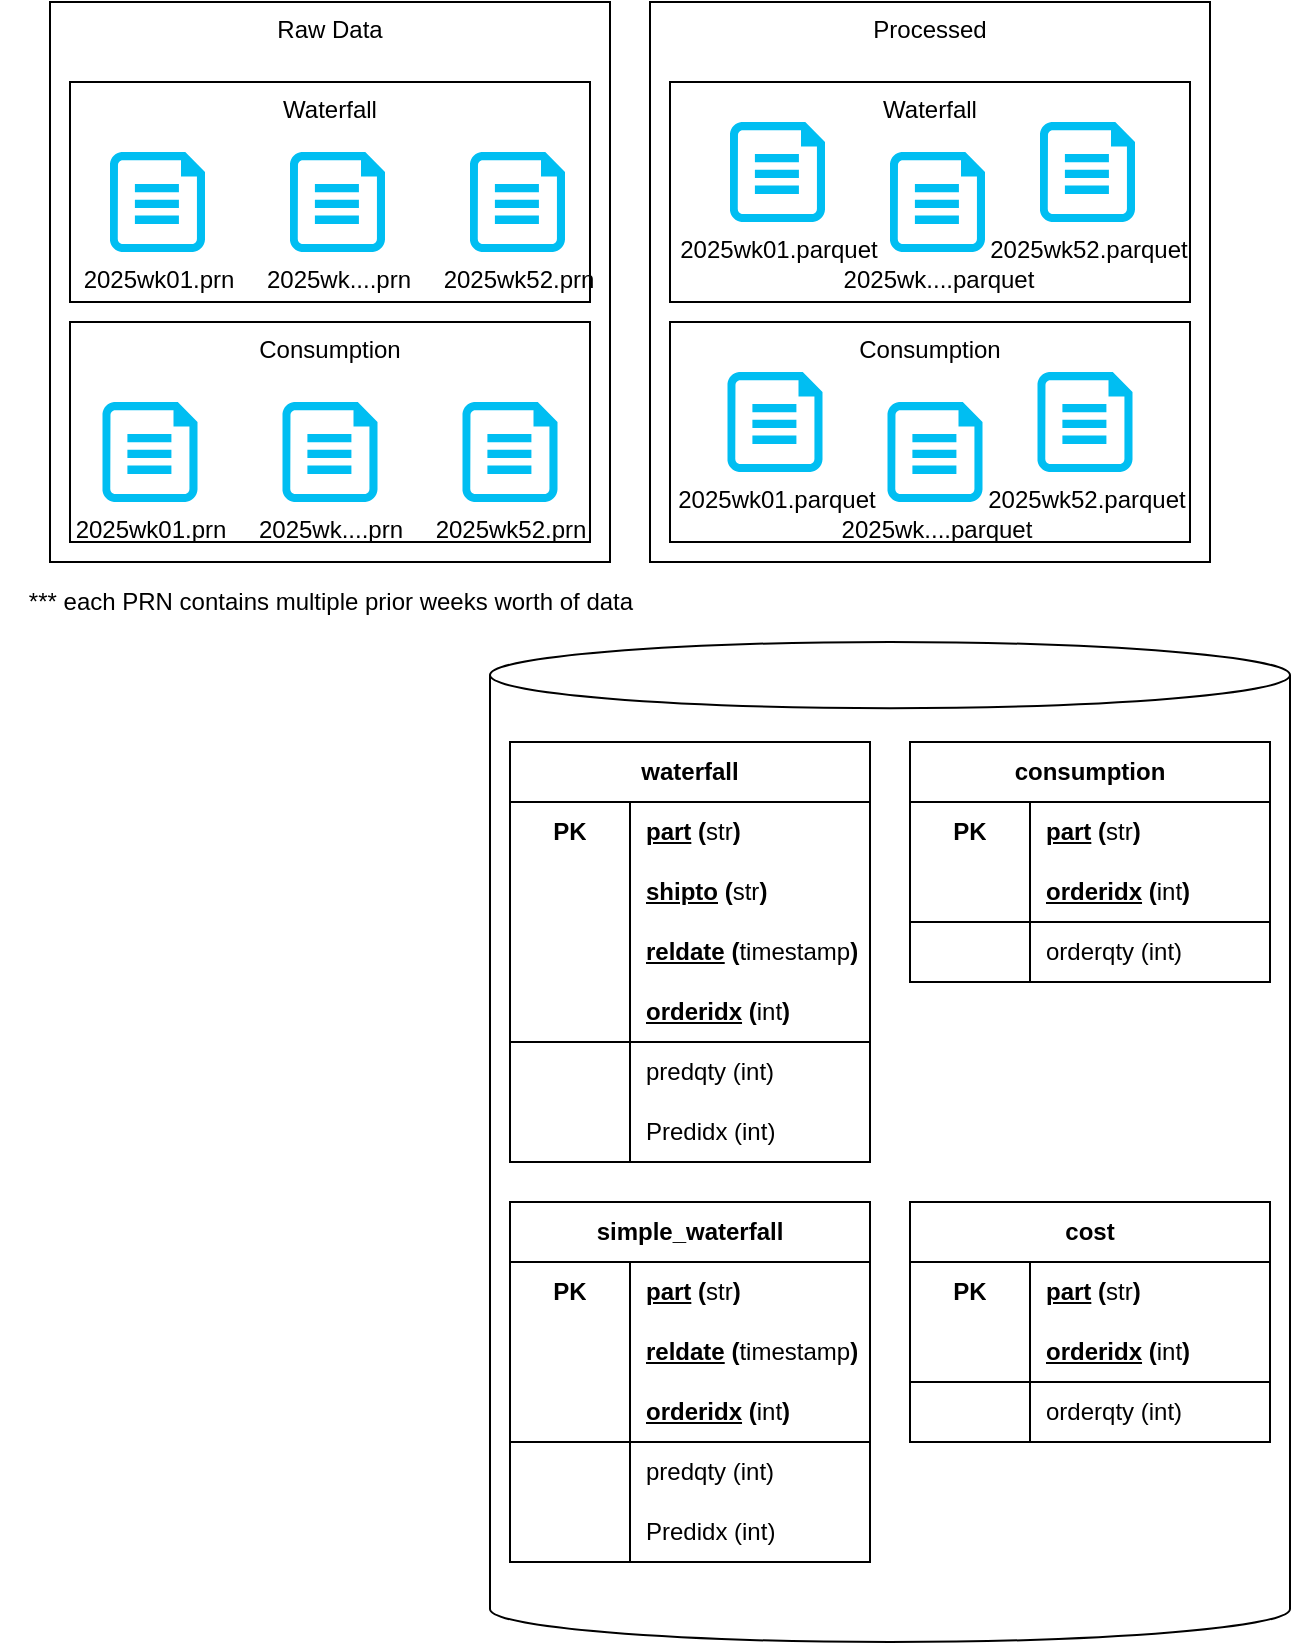
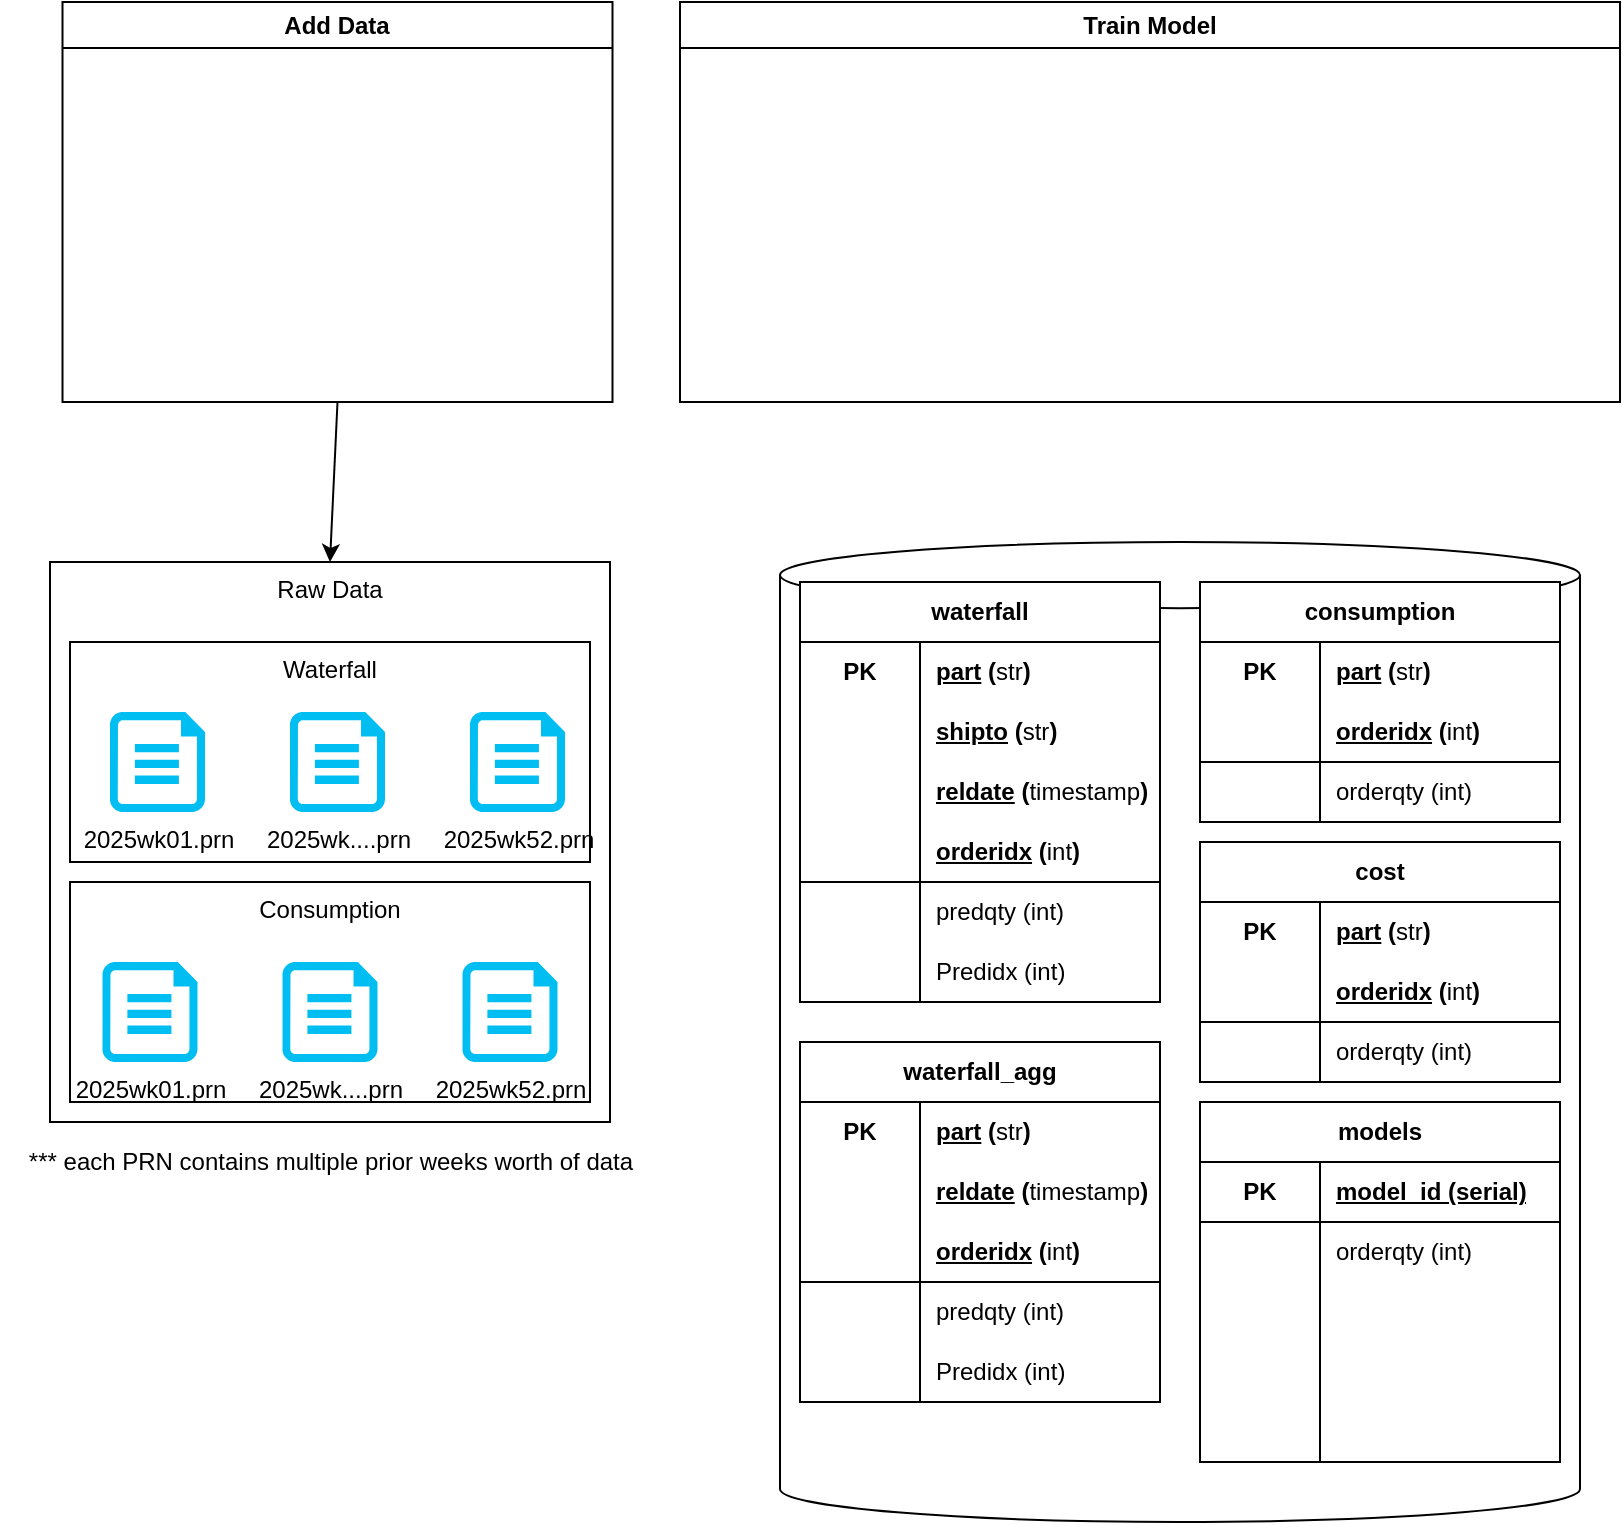
<mxfile host="Electron" agent="Mozilla/5.0 (Macintosh; Intel Mac OS X 10_15_7) AppleWebKit/537.36 (KHTML, like Gecko) draw.io/28.0.6 Chrome/138.0.7204.100 Electron/37.2.3 Safari/537.36" version="28.0.6">
  <diagram name="Page-1" id="qxEt55hTZE4BAIqVv4oP">
-     <mxGraphModel dx="1143" dy="1249" grid="1" gridSize="10" guides="1" tooltips="1" connect="1" arrows="1" fold="1" page="1" pageScale="1" pageWidth="200" pageHeight="200" math="0" shadow="0">
+     <mxGraphModel dx="1320" dy="1468" grid="1" gridSize="10" guides="1" tooltips="1" connect="1" arrows="1" fold="1" page="1" pageScale="1" pageWidth="200" pageHeight="200" math="0" shadow="0">
      <root>
        <mxCell id="0" />
        <mxCell id="1" parent="0" />
        <mxCell id="k3YS6hMsefWTStUCEgZP-32" value="Raw Data" style="rounded=0;whiteSpace=wrap;html=1;verticalAlign=top;" vertex="1" parent="1">
-           <mxGeometry x="-120" y="-200" width="280" height="280" as="geometry" />
+           <mxGeometry x="195" y="390" width="280" height="280" as="geometry" />
        </mxCell>
        <mxCell id="k3YS6hMsefWTStUCEgZP-29" value="Waterfall" style="rounded=0;whiteSpace=wrap;html=1;verticalAlign=top;" vertex="1" parent="1">
-           <mxGeometry x="-110" y="-160" width="260" height="110" as="geometry" />
+           <mxGeometry x="205" y="430" width="260" height="110" as="geometry" />
        </mxCell>
        <mxCell id="k3YS6hMsefWTStUCEgZP-28" value="2025wk01.prn" style="verticalLabelPosition=bottom;html=1;verticalAlign=top;align=center;strokeColor=none;fillColor=#00BEF2;shape=mxgraph.azure.cloud_services_configuration_file;pointerEvents=1;" vertex="1" parent="1">
-           <mxGeometry x="-90" y="-125" width="47.5" height="50" as="geometry" />
+           <mxGeometry x="225" y="465" width="47.5" height="50" as="geometry" />
        </mxCell>
        <mxCell id="k3YS6hMsefWTStUCEgZP-30" value="2025wk....prn" style="verticalLabelPosition=bottom;html=1;verticalAlign=top;align=center;strokeColor=none;fillColor=#00BEF2;shape=mxgraph.azure.cloud_services_configuration_file;pointerEvents=1;" vertex="1" parent="1">
-           <mxGeometry y="-125" width="47.5" height="50" as="geometry" />
+           <mxGeometry x="315" y="465" width="47.5" height="50" as="geometry" />
        </mxCell>
        <mxCell id="k3YS6hMsefWTStUCEgZP-31" value="Consumption" style="rounded=0;whiteSpace=wrap;html=1;verticalAlign=top;" vertex="1" parent="1">
-           <mxGeometry x="-110" y="-40" width="260" height="110" as="geometry" />
+           <mxGeometry x="205" y="550" width="260" height="110" as="geometry" />
        </mxCell>
        <mxCell id="k3YS6hMsefWTStUCEgZP-35" value="2025wk52.prn" style="verticalLabelPosition=bottom;html=1;verticalAlign=top;align=center;strokeColor=none;fillColor=#00BEF2;shape=mxgraph.azure.cloud_services_configuration_file;pointerEvents=1;" vertex="1" parent="1">
-           <mxGeometry x="90" y="-125" width="47.5" height="50" as="geometry" />
-         </mxCell>
-         <mxCell id="k3YS6hMsefWTStUCEgZP-36" value="Processed" style="rounded=0;whiteSpace=wrap;html=1;verticalAlign=top;" vertex="1" parent="1">
-           <mxGeometry x="180" y="-200" width="280" height="280" as="geometry" />
-         </mxCell>
-         <mxCell id="k3YS6hMsefWTStUCEgZP-37" value="Waterfall" style="rounded=0;whiteSpace=wrap;html=1;verticalAlign=top;" vertex="1" parent="1">
-           <mxGeometry x="190" y="-160" width="260" height="110" as="geometry" />
-         </mxCell>
-         <mxCell id="k3YS6hMsefWTStUCEgZP-38" value="2025wk01.parquet" style="verticalLabelPosition=bottom;html=1;verticalAlign=top;align=center;strokeColor=none;fillColor=#00BEF2;shape=mxgraph.azure.cloud_services_configuration_file;pointerEvents=1;" vertex="1" parent="1">
-           <mxGeometry x="220" y="-140" width="47.5" height="50" as="geometry" />
-         </mxCell>
-         <mxCell id="k3YS6hMsefWTStUCEgZP-39" value="2025wk....parquet" style="verticalLabelPosition=bottom;html=1;verticalAlign=top;align=center;strokeColor=none;fillColor=#00BEF2;shape=mxgraph.azure.cloud_services_configuration_file;pointerEvents=1;" vertex="1" parent="1">
-           <mxGeometry x="300" y="-125" width="47.5" height="50" as="geometry" />
-         </mxCell>
-         <mxCell id="k3YS6hMsefWTStUCEgZP-40" value="Consumption" style="rounded=0;whiteSpace=wrap;html=1;verticalAlign=top;" vertex="1" parent="1">
-           <mxGeometry x="190" y="-40" width="260" height="110" as="geometry" />
-         </mxCell>
-         <mxCell id="k3YS6hMsefWTStUCEgZP-43" value="2025wk52.parquet" style="verticalLabelPosition=bottom;html=1;verticalAlign=top;align=center;strokeColor=none;fillColor=#00BEF2;shape=mxgraph.azure.cloud_services_configuration_file;pointerEvents=1;" vertex="1" parent="1">
-           <mxGeometry x="375" y="-140" width="47.5" height="50" as="geometry" />
+           <mxGeometry x="405" y="465" width="47.5" height="50" as="geometry" />
        </mxCell>
        <mxCell id="k3YS6hMsefWTStUCEgZP-52" value="2025wk01.prn" style="verticalLabelPosition=bottom;html=1;verticalAlign=top;align=center;strokeColor=none;fillColor=#00BEF2;shape=mxgraph.azure.cloud_services_configuration_file;pointerEvents=1;" vertex="1" parent="1">
-           <mxGeometry x="-93.75" width="47.5" height="50" as="geometry" />
+           <mxGeometry x="221.25" y="590" width="47.5" height="50" as="geometry" />
        </mxCell>
        <mxCell id="k3YS6hMsefWTStUCEgZP-53" value="2025wk....prn" style="verticalLabelPosition=bottom;html=1;verticalAlign=top;align=center;strokeColor=none;fillColor=#00BEF2;shape=mxgraph.azure.cloud_services_configuration_file;pointerEvents=1;" vertex="1" parent="1">
-           <mxGeometry x="-3.75" width="47.5" height="50" as="geometry" />
+           <mxGeometry x="311.25" y="590" width="47.5" height="50" as="geometry" />
        </mxCell>
        <mxCell id="k3YS6hMsefWTStUCEgZP-54" value="2025wk52.prn" style="verticalLabelPosition=bottom;html=1;verticalAlign=top;align=center;strokeColor=none;fillColor=#00BEF2;shape=mxgraph.azure.cloud_services_configuration_file;pointerEvents=1;" vertex="1" parent="1">
-           <mxGeometry x="86.25" width="47.5" height="50" as="geometry" />
+           <mxGeometry x="401.25" y="590" width="47.5" height="50" as="geometry" />
        </mxCell>
        <mxCell id="k3YS6hMsefWTStUCEgZP-55" value="*** each PRN contains multiple prior weeks worth of data" style="text;html=1;align=center;verticalAlign=middle;resizable=0;points=[];autosize=1;strokeColor=none;fillColor=none;" vertex="1" parent="1">
-           <mxGeometry x="-145" y="85" width="330" height="30" as="geometry" />
-         </mxCell>
-         <mxCell id="k3YS6hMsefWTStUCEgZP-59" value="2025wk01.parquet" style="verticalLabelPosition=bottom;html=1;verticalAlign=top;align=center;strokeColor=none;fillColor=#00BEF2;shape=mxgraph.azure.cloud_services_configuration_file;pointerEvents=1;" vertex="1" parent="1">
-           <mxGeometry x="218.75" y="-15" width="47.5" height="50" as="geometry" />
-         </mxCell>
-         <mxCell id="k3YS6hMsefWTStUCEgZP-60" value="2025wk....parquet" style="verticalLabelPosition=bottom;html=1;verticalAlign=top;align=center;strokeColor=none;fillColor=#00BEF2;shape=mxgraph.azure.cloud_services_configuration_file;pointerEvents=1;" vertex="1" parent="1">
-           <mxGeometry x="298.75" width="47.5" height="50" as="geometry" />
-         </mxCell>
-         <mxCell id="k3YS6hMsefWTStUCEgZP-61" value="2025wk52.parquet" style="verticalLabelPosition=bottom;html=1;verticalAlign=top;align=center;strokeColor=none;fillColor=#00BEF2;shape=mxgraph.azure.cloud_services_configuration_file;pointerEvents=1;" vertex="1" parent="1">
-           <mxGeometry x="373.75" y="-15" width="47.5" height="50" as="geometry" />
+           <mxGeometry x="170" y="675" width="330" height="30" as="geometry" />
        </mxCell>
        <mxCell id="k3YS6hMsefWTStUCEgZP-62" value="" style="shape=cylinder3;whiteSpace=wrap;html=1;boundedLbl=1;backgroundOutline=1;size=16.538461538461434;" vertex="1" parent="1">
-           <mxGeometry x="100" y="120" width="400" height="500" as="geometry" />
+           <mxGeometry x="560" y="380" width="400" height="490" as="geometry" />
        </mxCell>
        <mxCell id="k3YS6hMsefWTStUCEgZP-98" value="waterfall" style="shape=table;startSize=30;container=1;collapsible=1;childLayout=tableLayout;fixedRows=1;rowLines=0;fontStyle=1;align=center;resizeLast=1;html=1;whiteSpace=wrap;" vertex="1" parent="1">
-           <mxGeometry x="110" y="170" width="180" height="210" as="geometry" />
+           <mxGeometry x="570" y="400" width="180" height="210" as="geometry" />
        </mxCell>
        <mxCell id="k3YS6hMsefWTStUCEgZP-99" value="" style="shape=tableRow;horizontal=0;startSize=0;swimlaneHead=0;swimlaneBody=0;fillColor=none;collapsible=0;dropTarget=0;points=[[0,0.5],[1,0.5]];portConstraint=eastwest;top=0;left=0;right=0;bottom=0;html=1;fontStyle=4" vertex="1" parent="k3YS6hMsefWTStUCEgZP-98">
          <mxGeometry y="30" width="180" height="30" as="geometry" />
        </mxCell>
        <mxCell id="k3YS6hMsefWTStUCEgZP-100" value="PK" style="shape=partialRectangle;connectable=0;fillColor=none;top=0;left=0;bottom=0;right=0;fontStyle=1;overflow=hidden;html=1;whiteSpace=wrap;" vertex="1" parent="k3YS6hMsefWTStUCEgZP-99">
          <mxGeometry width="60" height="30" as="geometry">
            <mxRectangle width="60" height="30" as="alternateBounds" />
          </mxGeometry>
        </mxCell>
        <mxCell id="k3YS6hMsefWTStUCEgZP-101" value="&lt;u&gt;part&lt;/u&gt;&amp;nbsp;(&lt;span style=&quot;font-weight: 400;&quot;&gt;str&lt;/span&gt;)" style="shape=partialRectangle;connectable=0;fillColor=none;top=0;left=0;bottom=0;right=0;align=left;spacingLeft=6;fontStyle=1;overflow=hidden;html=1;whiteSpace=wrap;" vertex="1" parent="k3YS6hMsefWTStUCEgZP-99">
          <mxGeometry x="60" width="120" height="30" as="geometry">
            <mxRectangle width="120" height="30" as="alternateBounds" />
          </mxGeometry>
        </mxCell>
        <mxCell id="k3YS6hMsefWTStUCEgZP-129" style="shape=tableRow;horizontal=0;startSize=0;swimlaneHead=0;swimlaneBody=0;fillColor=none;collapsible=0;dropTarget=0;points=[[0,0.5],[1,0.5]];portConstraint=eastwest;top=0;left=0;right=0;bottom=0;html=1;" vertex="1" parent="k3YS6hMsefWTStUCEgZP-98">
          <mxGeometry y="60" width="180" height="30" as="geometry" />
        </mxCell>
        <mxCell id="k3YS6hMsefWTStUCEgZP-130" style="shape=partialRectangle;connectable=0;fillColor=none;top=0;left=0;bottom=0;right=0;fontStyle=1;overflow=hidden;html=1;whiteSpace=wrap;" vertex="1" parent="k3YS6hMsefWTStUCEgZP-129">
          <mxGeometry width="60" height="30" as="geometry">
            <mxRectangle width="60" height="30" as="alternateBounds" />
          </mxGeometry>
        </mxCell>
        <mxCell id="k3YS6hMsefWTStUCEgZP-131" value="&lt;u&gt;shipto&lt;/u&gt; (&lt;span style=&quot;font-weight: normal;&quot;&gt;str&lt;/span&gt;)" style="shape=partialRectangle;connectable=0;fillColor=none;top=0;left=0;bottom=0;right=0;align=left;spacingLeft=6;fontStyle=1;overflow=hidden;html=1;whiteSpace=wrap;" vertex="1" parent="k3YS6hMsefWTStUCEgZP-129">
          <mxGeometry x="60" width="120" height="30" as="geometry">
            <mxRectangle width="120" height="30" as="alternateBounds" />
          </mxGeometry>
        </mxCell>
        <mxCell id="k3YS6hMsefWTStUCEgZP-123" style="shape=tableRow;horizontal=0;startSize=0;swimlaneHead=0;swimlaneBody=0;fillColor=none;collapsible=0;dropTarget=0;points=[[0,0.5],[1,0.5]];portConstraint=eastwest;top=0;left=0;right=0;bottom=0;html=1;" vertex="1" parent="k3YS6hMsefWTStUCEgZP-98">
          <mxGeometry y="90" width="180" height="30" as="geometry" />
        </mxCell>
        <mxCell id="k3YS6hMsefWTStUCEgZP-124" style="shape=partialRectangle;connectable=0;fillColor=none;top=0;left=0;bottom=0;right=0;fontStyle=1;overflow=hidden;html=1;whiteSpace=wrap;" vertex="1" parent="k3YS6hMsefWTStUCEgZP-123">
          <mxGeometry width="60" height="30" as="geometry">
            <mxRectangle width="60" height="30" as="alternateBounds" />
          </mxGeometry>
        </mxCell>
        <mxCell id="k3YS6hMsefWTStUCEgZP-125" value="&lt;u&gt;reldate&lt;/u&gt;&amp;nbsp;(&lt;span style=&quot;font-weight: normal;&quot;&gt;timestamp&lt;/span&gt;)" style="shape=partialRectangle;connectable=0;fillColor=none;top=0;left=0;bottom=0;right=0;align=left;spacingLeft=6;fontStyle=1;overflow=hidden;html=1;whiteSpace=wrap;" vertex="1" parent="k3YS6hMsefWTStUCEgZP-123">
          <mxGeometry x="60" width="120" height="30" as="geometry">
            <mxRectangle width="120" height="30" as="alternateBounds" />
          </mxGeometry>
        </mxCell>
        <mxCell id="k3YS6hMsefWTStUCEgZP-102" value="" style="shape=tableRow;horizontal=0;startSize=0;swimlaneHead=0;swimlaneBody=0;fillColor=none;collapsible=0;dropTarget=0;points=[[0,0.5],[1,0.5]];portConstraint=eastwest;top=0;left=0;right=0;bottom=1;html=1;" vertex="1" parent="k3YS6hMsefWTStUCEgZP-98">
          <mxGeometry y="120" width="180" height="30" as="geometry" />
        </mxCell>
        <mxCell id="k3YS6hMsefWTStUCEgZP-103" value="" style="shape=partialRectangle;connectable=0;fillColor=none;top=0;left=0;bottom=0;right=0;fontStyle=1;overflow=hidden;html=1;whiteSpace=wrap;" vertex="1" parent="k3YS6hMsefWTStUCEgZP-102">
          <mxGeometry width="60" height="30" as="geometry">
            <mxRectangle width="60" height="30" as="alternateBounds" />
          </mxGeometry>
        </mxCell>
        <mxCell id="k3YS6hMsefWTStUCEgZP-104" value="&lt;u&gt;orderidx&lt;/u&gt; (&lt;span style=&quot;font-weight: normal;&quot;&gt;int&lt;/span&gt;)" style="shape=partialRectangle;connectable=0;fillColor=none;top=0;left=0;bottom=0;right=0;align=left;spacingLeft=6;fontStyle=1;overflow=hidden;html=1;whiteSpace=wrap;" vertex="1" parent="k3YS6hMsefWTStUCEgZP-102">
          <mxGeometry x="60" width="120" height="30" as="geometry">
            <mxRectangle width="120" height="30" as="alternateBounds" />
          </mxGeometry>
        </mxCell>
        <mxCell id="k3YS6hMsefWTStUCEgZP-105" value="" style="shape=tableRow;horizontal=0;startSize=0;swimlaneHead=0;swimlaneBody=0;fillColor=none;collapsible=0;dropTarget=0;points=[[0,0.5],[1,0.5]];portConstraint=eastwest;top=0;left=0;right=0;bottom=0;html=1;" vertex="1" parent="k3YS6hMsefWTStUCEgZP-98">
          <mxGeometry y="150" width="180" height="30" as="geometry" />
        </mxCell>
        <mxCell id="k3YS6hMsefWTStUCEgZP-106" value="" style="shape=partialRectangle;connectable=0;fillColor=none;top=0;left=0;bottom=0;right=0;editable=1;overflow=hidden;html=1;whiteSpace=wrap;" vertex="1" parent="k3YS6hMsefWTStUCEgZP-105">
          <mxGeometry width="60" height="30" as="geometry">
            <mxRectangle width="60" height="30" as="alternateBounds" />
          </mxGeometry>
        </mxCell>
        <mxCell id="k3YS6hMsefWTStUCEgZP-107" value="predqty (int)" style="shape=partialRectangle;connectable=0;fillColor=none;top=0;left=0;bottom=0;right=0;align=left;spacingLeft=6;overflow=hidden;html=1;whiteSpace=wrap;" vertex="1" parent="k3YS6hMsefWTStUCEgZP-105">
          <mxGeometry x="60" width="120" height="30" as="geometry">
            <mxRectangle width="120" height="30" as="alternateBounds" />
          </mxGeometry>
        </mxCell>
        <mxCell id="k3YS6hMsefWTStUCEgZP-108" value="" style="shape=tableRow;horizontal=0;startSize=0;swimlaneHead=0;swimlaneBody=0;fillColor=none;collapsible=0;dropTarget=0;points=[[0,0.5],[1,0.5]];portConstraint=eastwest;top=0;left=0;right=0;bottom=0;html=1;" vertex="1" parent="k3YS6hMsefWTStUCEgZP-98">
          <mxGeometry y="180" width="180" height="30" as="geometry" />
        </mxCell>
        <mxCell id="k3YS6hMsefWTStUCEgZP-109" value="" style="shape=partialRectangle;connectable=0;fillColor=none;top=0;left=0;bottom=0;right=0;editable=1;overflow=hidden;html=1;whiteSpace=wrap;" vertex="1" parent="k3YS6hMsefWTStUCEgZP-108">
          <mxGeometry width="60" height="30" as="geometry">
            <mxRectangle width="60" height="30" as="alternateBounds" />
          </mxGeometry>
        </mxCell>
        <mxCell id="k3YS6hMsefWTStUCEgZP-110" value="Predidx (int)" style="shape=partialRectangle;connectable=0;fillColor=none;top=0;left=0;bottom=0;right=0;align=left;spacingLeft=6;overflow=hidden;html=1;whiteSpace=wrap;" vertex="1" parent="k3YS6hMsefWTStUCEgZP-108">
          <mxGeometry x="60" width="120" height="30" as="geometry">
            <mxRectangle width="120" height="30" as="alternateBounds" />
          </mxGeometry>
        </mxCell>
-         <mxCell id="k3YS6hMsefWTStUCEgZP-132" value="simple_waterfall" style="shape=table;startSize=30;container=1;collapsible=1;childLayout=tableLayout;fixedRows=1;rowLines=0;fontStyle=1;align=center;resizeLast=1;html=1;whiteSpace=wrap;" vertex="1" parent="1">
-           <mxGeometry x="110" y="400" width="180" height="180" as="geometry" />
+         <mxCell id="k3YS6hMsefWTStUCEgZP-132" value="waterfall_agg" style="shape=table;startSize=30;container=1;collapsible=1;childLayout=tableLayout;fixedRows=1;rowLines=0;fontStyle=1;align=center;resizeLast=1;html=1;whiteSpace=wrap;" vertex="1" parent="1">
+           <mxGeometry x="570" y="630" width="180" height="180" as="geometry" />
        </mxCell>
        <mxCell id="k3YS6hMsefWTStUCEgZP-133" value="" style="shape=tableRow;horizontal=0;startSize=0;swimlaneHead=0;swimlaneBody=0;fillColor=none;collapsible=0;dropTarget=0;points=[[0,0.5],[1,0.5]];portConstraint=eastwest;top=0;left=0;right=0;bottom=0;html=1;fontStyle=4" vertex="1" parent="k3YS6hMsefWTStUCEgZP-132">
          <mxGeometry y="30" width="180" height="30" as="geometry" />
        </mxCell>
        <mxCell id="k3YS6hMsefWTStUCEgZP-134" value="PK" style="shape=partialRectangle;connectable=0;fillColor=none;top=0;left=0;bottom=0;right=0;fontStyle=1;overflow=hidden;html=1;whiteSpace=wrap;" vertex="1" parent="k3YS6hMsefWTStUCEgZP-133">
          <mxGeometry width="60" height="30" as="geometry">
            <mxRectangle width="60" height="30" as="alternateBounds" />
          </mxGeometry>
        </mxCell>
        <mxCell id="k3YS6hMsefWTStUCEgZP-135" value="&lt;u&gt;part&lt;/u&gt;&amp;nbsp;(&lt;span style=&quot;font-weight: 400;&quot;&gt;str&lt;/span&gt;)" style="shape=partialRectangle;connectable=0;fillColor=none;top=0;left=0;bottom=0;right=0;align=left;spacingLeft=6;fontStyle=1;overflow=hidden;html=1;whiteSpace=wrap;" vertex="1" parent="k3YS6hMsefWTStUCEgZP-133">
          <mxGeometry x="60" width="120" height="30" as="geometry">
            <mxRectangle width="120" height="30" as="alternateBounds" />
          </mxGeometry>
        </mxCell>
        <mxCell id="k3YS6hMsefWTStUCEgZP-139" style="shape=tableRow;horizontal=0;startSize=0;swimlaneHead=0;swimlaneBody=0;fillColor=none;collapsible=0;dropTarget=0;points=[[0,0.5],[1,0.5]];portConstraint=eastwest;top=0;left=0;right=0;bottom=0;html=1;" vertex="1" parent="k3YS6hMsefWTStUCEgZP-132">
          <mxGeometry y="60" width="180" height="30" as="geometry" />
        </mxCell>
        <mxCell id="k3YS6hMsefWTStUCEgZP-140" style="shape=partialRectangle;connectable=0;fillColor=none;top=0;left=0;bottom=0;right=0;fontStyle=1;overflow=hidden;html=1;whiteSpace=wrap;" vertex="1" parent="k3YS6hMsefWTStUCEgZP-139">
          <mxGeometry width="60" height="30" as="geometry">
            <mxRectangle width="60" height="30" as="alternateBounds" />
          </mxGeometry>
        </mxCell>
        <mxCell id="k3YS6hMsefWTStUCEgZP-141" value="&lt;u&gt;reldate&lt;/u&gt;&amp;nbsp;(&lt;span style=&quot;font-weight: normal;&quot;&gt;timestamp&lt;/span&gt;)" style="shape=partialRectangle;connectable=0;fillColor=none;top=0;left=0;bottom=0;right=0;align=left;spacingLeft=6;fontStyle=1;overflow=hidden;html=1;whiteSpace=wrap;" vertex="1" parent="k3YS6hMsefWTStUCEgZP-139">
          <mxGeometry x="60" width="120" height="30" as="geometry">
            <mxRectangle width="120" height="30" as="alternateBounds" />
          </mxGeometry>
        </mxCell>
        <mxCell id="k3YS6hMsefWTStUCEgZP-142" value="" style="shape=tableRow;horizontal=0;startSize=0;swimlaneHead=0;swimlaneBody=0;fillColor=none;collapsible=0;dropTarget=0;points=[[0,0.5],[1,0.5]];portConstraint=eastwest;top=0;left=0;right=0;bottom=1;html=1;" vertex="1" parent="k3YS6hMsefWTStUCEgZP-132">
          <mxGeometry y="90" width="180" height="30" as="geometry" />
        </mxCell>
        <mxCell id="k3YS6hMsefWTStUCEgZP-143" value="" style="shape=partialRectangle;connectable=0;fillColor=none;top=0;left=0;bottom=0;right=0;fontStyle=1;overflow=hidden;html=1;whiteSpace=wrap;" vertex="1" parent="k3YS6hMsefWTStUCEgZP-142">
          <mxGeometry width="60" height="30" as="geometry">
            <mxRectangle width="60" height="30" as="alternateBounds" />
          </mxGeometry>
        </mxCell>
        <mxCell id="k3YS6hMsefWTStUCEgZP-144" value="&lt;u&gt;orderidx&lt;/u&gt; (&lt;span style=&quot;font-weight: normal;&quot;&gt;int&lt;/span&gt;)" style="shape=partialRectangle;connectable=0;fillColor=none;top=0;left=0;bottom=0;right=0;align=left;spacingLeft=6;fontStyle=1;overflow=hidden;html=1;whiteSpace=wrap;" vertex="1" parent="k3YS6hMsefWTStUCEgZP-142">
          <mxGeometry x="60" width="120" height="30" as="geometry">
            <mxRectangle width="120" height="30" as="alternateBounds" />
          </mxGeometry>
        </mxCell>
        <mxCell id="k3YS6hMsefWTStUCEgZP-145" value="" style="shape=tableRow;horizontal=0;startSize=0;swimlaneHead=0;swimlaneBody=0;fillColor=none;collapsible=0;dropTarget=0;points=[[0,0.5],[1,0.5]];portConstraint=eastwest;top=0;left=0;right=0;bottom=0;html=1;" vertex="1" parent="k3YS6hMsefWTStUCEgZP-132">
          <mxGeometry y="120" width="180" height="30" as="geometry" />
        </mxCell>
        <mxCell id="k3YS6hMsefWTStUCEgZP-146" value="" style="shape=partialRectangle;connectable=0;fillColor=none;top=0;left=0;bottom=0;right=0;editable=1;overflow=hidden;html=1;whiteSpace=wrap;" vertex="1" parent="k3YS6hMsefWTStUCEgZP-145">
          <mxGeometry width="60" height="30" as="geometry">
            <mxRectangle width="60" height="30" as="alternateBounds" />
          </mxGeometry>
        </mxCell>
        <mxCell id="k3YS6hMsefWTStUCEgZP-147" value="predqty (int)" style="shape=partialRectangle;connectable=0;fillColor=none;top=0;left=0;bottom=0;right=0;align=left;spacingLeft=6;overflow=hidden;html=1;whiteSpace=wrap;" vertex="1" parent="k3YS6hMsefWTStUCEgZP-145">
          <mxGeometry x="60" width="120" height="30" as="geometry">
            <mxRectangle width="120" height="30" as="alternateBounds" />
          </mxGeometry>
        </mxCell>
        <mxCell id="k3YS6hMsefWTStUCEgZP-148" value="" style="shape=tableRow;horizontal=0;startSize=0;swimlaneHead=0;swimlaneBody=0;fillColor=none;collapsible=0;dropTarget=0;points=[[0,0.5],[1,0.5]];portConstraint=eastwest;top=0;left=0;right=0;bottom=0;html=1;" vertex="1" parent="k3YS6hMsefWTStUCEgZP-132">
          <mxGeometry y="150" width="180" height="30" as="geometry" />
        </mxCell>
        <mxCell id="k3YS6hMsefWTStUCEgZP-149" value="" style="shape=partialRectangle;connectable=0;fillColor=none;top=0;left=0;bottom=0;right=0;editable=1;overflow=hidden;html=1;whiteSpace=wrap;" vertex="1" parent="k3YS6hMsefWTStUCEgZP-148">
          <mxGeometry width="60" height="30" as="geometry">
            <mxRectangle width="60" height="30" as="alternateBounds" />
          </mxGeometry>
        </mxCell>
        <mxCell id="k3YS6hMsefWTStUCEgZP-150" value="Predidx (int)" style="shape=partialRectangle;connectable=0;fillColor=none;top=0;left=0;bottom=0;right=0;align=left;spacingLeft=6;overflow=hidden;html=1;whiteSpace=wrap;" vertex="1" parent="k3YS6hMsefWTStUCEgZP-148">
          <mxGeometry x="60" width="120" height="30" as="geometry">
            <mxRectangle width="120" height="30" as="alternateBounds" />
          </mxGeometry>
        </mxCell>
        <mxCell id="k3YS6hMsefWTStUCEgZP-151" value="consumption" style="shape=table;startSize=30;container=1;collapsible=1;childLayout=tableLayout;fixedRows=1;rowLines=0;fontStyle=1;align=center;resizeLast=1;html=1;whiteSpace=wrap;" vertex="1" parent="1">
-           <mxGeometry x="310" y="170" width="180" height="120" as="geometry" />
+           <mxGeometry x="770" y="400" width="180" height="120" as="geometry" />
        </mxCell>
        <mxCell id="k3YS6hMsefWTStUCEgZP-152" value="" style="shape=tableRow;horizontal=0;startSize=0;swimlaneHead=0;swimlaneBody=0;fillColor=none;collapsible=0;dropTarget=0;points=[[0,0.5],[1,0.5]];portConstraint=eastwest;top=0;left=0;right=0;bottom=0;html=1;fontStyle=4" vertex="1" parent="k3YS6hMsefWTStUCEgZP-151">
          <mxGeometry y="30" width="180" height="30" as="geometry" />
        </mxCell>
        <mxCell id="k3YS6hMsefWTStUCEgZP-153" value="PK" style="shape=partialRectangle;connectable=0;fillColor=none;top=0;left=0;bottom=0;right=0;fontStyle=1;overflow=hidden;html=1;whiteSpace=wrap;" vertex="1" parent="k3YS6hMsefWTStUCEgZP-152">
          <mxGeometry width="60" height="30" as="geometry">
            <mxRectangle width="60" height="30" as="alternateBounds" />
          </mxGeometry>
        </mxCell>
        <mxCell id="k3YS6hMsefWTStUCEgZP-154" value="&lt;u&gt;part&lt;/u&gt;&amp;nbsp;(&lt;span style=&quot;font-weight: 400;&quot;&gt;str&lt;/span&gt;)" style="shape=partialRectangle;connectable=0;fillColor=none;top=0;left=0;bottom=0;right=0;align=left;spacingLeft=6;fontStyle=1;overflow=hidden;html=1;whiteSpace=wrap;" vertex="1" parent="k3YS6hMsefWTStUCEgZP-152">
          <mxGeometry x="60" width="120" height="30" as="geometry">
            <mxRectangle width="120" height="30" as="alternateBounds" />
          </mxGeometry>
        </mxCell>
        <mxCell id="k3YS6hMsefWTStUCEgZP-158" value="" style="shape=tableRow;horizontal=0;startSize=0;swimlaneHead=0;swimlaneBody=0;fillColor=none;collapsible=0;dropTarget=0;points=[[0,0.5],[1,0.5]];portConstraint=eastwest;top=0;left=0;right=0;bottom=1;html=1;" vertex="1" parent="k3YS6hMsefWTStUCEgZP-151">
          <mxGeometry y="60" width="180" height="30" as="geometry" />
        </mxCell>
        <mxCell id="k3YS6hMsefWTStUCEgZP-159" value="" style="shape=partialRectangle;connectable=0;fillColor=none;top=0;left=0;bottom=0;right=0;fontStyle=1;overflow=hidden;html=1;whiteSpace=wrap;" vertex="1" parent="k3YS6hMsefWTStUCEgZP-158">
          <mxGeometry width="60" height="30" as="geometry">
            <mxRectangle width="60" height="30" as="alternateBounds" />
          </mxGeometry>
        </mxCell>
        <mxCell id="k3YS6hMsefWTStUCEgZP-160" value="&lt;u&gt;orderidx&lt;/u&gt; (&lt;span style=&quot;font-weight: normal;&quot;&gt;int&lt;/span&gt;)" style="shape=partialRectangle;connectable=0;fillColor=none;top=0;left=0;bottom=0;right=0;align=left;spacingLeft=6;fontStyle=1;overflow=hidden;html=1;whiteSpace=wrap;" vertex="1" parent="k3YS6hMsefWTStUCEgZP-158">
          <mxGeometry x="60" width="120" height="30" as="geometry">
            <mxRectangle width="120" height="30" as="alternateBounds" />
          </mxGeometry>
        </mxCell>
        <mxCell id="k3YS6hMsefWTStUCEgZP-161" value="" style="shape=tableRow;horizontal=0;startSize=0;swimlaneHead=0;swimlaneBody=0;fillColor=none;collapsible=0;dropTarget=0;points=[[0,0.5],[1,0.5]];portConstraint=eastwest;top=0;left=0;right=0;bottom=0;html=1;" vertex="1" parent="k3YS6hMsefWTStUCEgZP-151">
          <mxGeometry y="90" width="180" height="30" as="geometry" />
        </mxCell>
        <mxCell id="k3YS6hMsefWTStUCEgZP-162" value="" style="shape=partialRectangle;connectable=0;fillColor=none;top=0;left=0;bottom=0;right=0;editable=1;overflow=hidden;html=1;whiteSpace=wrap;" vertex="1" parent="k3YS6hMsefWTStUCEgZP-161">
          <mxGeometry width="60" height="30" as="geometry">
            <mxRectangle width="60" height="30" as="alternateBounds" />
          </mxGeometry>
        </mxCell>
        <mxCell id="k3YS6hMsefWTStUCEgZP-163" value="orderqty (int)" style="shape=partialRectangle;connectable=0;fillColor=none;top=0;left=0;bottom=0;right=0;align=left;spacingLeft=6;overflow=hidden;html=1;whiteSpace=wrap;" vertex="1" parent="k3YS6hMsefWTStUCEgZP-161">
          <mxGeometry x="60" width="120" height="30" as="geometry">
            <mxRectangle width="120" height="30" as="alternateBounds" />
          </mxGeometry>
        </mxCell>
        <mxCell id="k3YS6hMsefWTStUCEgZP-167" value="cost" style="shape=table;startSize=30;container=1;collapsible=1;childLayout=tableLayout;fixedRows=1;rowLines=0;fontStyle=1;align=center;resizeLast=1;html=1;whiteSpace=wrap;" vertex="1" parent="1">
-           <mxGeometry x="310" y="400" width="180" height="120" as="geometry" />
+           <mxGeometry x="770" y="530" width="180" height="120" as="geometry" />
        </mxCell>
        <mxCell id="k3YS6hMsefWTStUCEgZP-168" value="" style="shape=tableRow;horizontal=0;startSize=0;swimlaneHead=0;swimlaneBody=0;fillColor=none;collapsible=0;dropTarget=0;points=[[0,0.5],[1,0.5]];portConstraint=eastwest;top=0;left=0;right=0;bottom=0;html=1;fontStyle=4" vertex="1" parent="k3YS6hMsefWTStUCEgZP-167">
          <mxGeometry y="30" width="180" height="30" as="geometry" />
        </mxCell>
        <mxCell id="k3YS6hMsefWTStUCEgZP-169" value="PK" style="shape=partialRectangle;connectable=0;fillColor=none;top=0;left=0;bottom=0;right=0;fontStyle=1;overflow=hidden;html=1;whiteSpace=wrap;" vertex="1" parent="k3YS6hMsefWTStUCEgZP-168">
          <mxGeometry width="60" height="30" as="geometry">
            <mxRectangle width="60" height="30" as="alternateBounds" />
          </mxGeometry>
        </mxCell>
        <mxCell id="k3YS6hMsefWTStUCEgZP-170" value="&lt;u&gt;part&lt;/u&gt;&amp;nbsp;(&lt;span style=&quot;font-weight: 400;&quot;&gt;str&lt;/span&gt;)" style="shape=partialRectangle;connectable=0;fillColor=none;top=0;left=0;bottom=0;right=0;align=left;spacingLeft=6;fontStyle=1;overflow=hidden;html=1;whiteSpace=wrap;" vertex="1" parent="k3YS6hMsefWTStUCEgZP-168">
          <mxGeometry x="60" width="120" height="30" as="geometry">
            <mxRectangle width="120" height="30" as="alternateBounds" />
          </mxGeometry>
        </mxCell>
        <mxCell id="k3YS6hMsefWTStUCEgZP-171" value="" style="shape=tableRow;horizontal=0;startSize=0;swimlaneHead=0;swimlaneBody=0;fillColor=none;collapsible=0;dropTarget=0;points=[[0,0.5],[1,0.5]];portConstraint=eastwest;top=0;left=0;right=0;bottom=1;html=1;" vertex="1" parent="k3YS6hMsefWTStUCEgZP-167">
          <mxGeometry y="60" width="180" height="30" as="geometry" />
        </mxCell>
        <mxCell id="k3YS6hMsefWTStUCEgZP-172" value="" style="shape=partialRectangle;connectable=0;fillColor=none;top=0;left=0;bottom=0;right=0;fontStyle=1;overflow=hidden;html=1;whiteSpace=wrap;" vertex="1" parent="k3YS6hMsefWTStUCEgZP-171">
          <mxGeometry width="60" height="30" as="geometry">
            <mxRectangle width="60" height="30" as="alternateBounds" />
          </mxGeometry>
        </mxCell>
        <mxCell id="k3YS6hMsefWTStUCEgZP-173" value="&lt;u&gt;orderidx&lt;/u&gt; (&lt;span style=&quot;font-weight: normal;&quot;&gt;int&lt;/span&gt;)" style="shape=partialRectangle;connectable=0;fillColor=none;top=0;left=0;bottom=0;right=0;align=left;spacingLeft=6;fontStyle=1;overflow=hidden;html=1;whiteSpace=wrap;" vertex="1" parent="k3YS6hMsefWTStUCEgZP-171">
          <mxGeometry x="60" width="120" height="30" as="geometry">
            <mxRectangle width="120" height="30" as="alternateBounds" />
          </mxGeometry>
        </mxCell>
        <mxCell id="k3YS6hMsefWTStUCEgZP-174" value="" style="shape=tableRow;horizontal=0;startSize=0;swimlaneHead=0;swimlaneBody=0;fillColor=none;collapsible=0;dropTarget=0;points=[[0,0.5],[1,0.5]];portConstraint=eastwest;top=0;left=0;right=0;bottom=0;html=1;" vertex="1" parent="k3YS6hMsefWTStUCEgZP-167">
          <mxGeometry y="90" width="180" height="30" as="geometry" />
        </mxCell>
        <mxCell id="k3YS6hMsefWTStUCEgZP-175" value="" style="shape=partialRectangle;connectable=0;fillColor=none;top=0;left=0;bottom=0;right=0;editable=1;overflow=hidden;html=1;whiteSpace=wrap;" vertex="1" parent="k3YS6hMsefWTStUCEgZP-174">
          <mxGeometry width="60" height="30" as="geometry">
            <mxRectangle width="60" height="30" as="alternateBounds" />
          </mxGeometry>
        </mxCell>
        <mxCell id="k3YS6hMsefWTStUCEgZP-176" value="orderqty (int)" style="shape=partialRectangle;connectable=0;fillColor=none;top=0;left=0;bottom=0;right=0;align=left;spacingLeft=6;overflow=hidden;html=1;whiteSpace=wrap;" vertex="1" parent="k3YS6hMsefWTStUCEgZP-174">
+           <mxGeometry x="60" width="120" height="30" as="geometry">
+             <mxRectangle width="120" height="30" as="alternateBounds" />
+           </mxGeometry>
+         </mxCell>
+         <mxCell id="k3YS6hMsefWTStUCEgZP-234" value="Train Model" style="swimlane;whiteSpace=wrap;html=1;" vertex="1" parent="1">
+           <mxGeometry x="510" y="110" width="470" height="200" as="geometry" />
+         </mxCell>
+         <mxCell id="k3YS6hMsefWTStUCEgZP-236" value="Add Data" style="swimlane;whiteSpace=wrap;html=1;startSize=23;" vertex="1" parent="1">
+           <mxGeometry x="201.25" y="110" width="275" height="200" as="geometry" />
+         </mxCell>
+         <mxCell id="k3YS6hMsefWTStUCEgZP-240" value="" style="endArrow=classic;html=1;rounded=0;exitX=0.5;exitY=1;exitDx=0;exitDy=0;entryX=0.5;entryY=0;entryDx=0;entryDy=0;" edge="1" parent="1" source="k3YS6hMsefWTStUCEgZP-236" target="k3YS6hMsefWTStUCEgZP-32">
+           <mxGeometry width="50" height="50" relative="1" as="geometry">
+             <mxPoint x="810" y="220" as="sourcePoint" />
+             <mxPoint x="860" y="170" as="targetPoint" />
+           </mxGeometry>
+         </mxCell>
+         <mxCell id="k3YS6hMsefWTStUCEgZP-241" value="models" style="shape=table;startSize=30;container=1;collapsible=1;childLayout=tableLayout;fixedRows=1;rowLines=0;fontStyle=1;align=center;resizeLast=1;html=1;whiteSpace=wrap;" vertex="1" parent="1">
+           <mxGeometry x="770" y="660" width="180" height="180" as="geometry" />
+         </mxCell>
+         <mxCell id="k3YS6hMsefWTStUCEgZP-245" value="" style="shape=tableRow;horizontal=0;startSize=0;swimlaneHead=0;swimlaneBody=0;fillColor=none;collapsible=0;dropTarget=0;points=[[0,0.5],[1,0.5]];portConstraint=eastwest;top=0;left=0;right=0;bottom=1;html=1;" vertex="1" parent="k3YS6hMsefWTStUCEgZP-241">
+           <mxGeometry y="30" width="180" height="30" as="geometry" />
+         </mxCell>
+         <mxCell id="k3YS6hMsefWTStUCEgZP-246" value="PK" style="shape=partialRectangle;connectable=0;fillColor=none;top=0;left=0;bottom=0;right=0;fontStyle=1;overflow=hidden;html=1;whiteSpace=wrap;" vertex="1" parent="k3YS6hMsefWTStUCEgZP-245">
+           <mxGeometry width="60" height="30" as="geometry">
+             <mxRectangle width="60" height="30" as="alternateBounds" />
+           </mxGeometry>
+         </mxCell>
+         <mxCell id="k3YS6hMsefWTStUCEgZP-247" value="&lt;u&gt;model_id (serial)&lt;/u&gt;" style="shape=partialRectangle;connectable=0;fillColor=none;top=0;left=0;bottom=0;right=0;align=left;spacingLeft=6;fontStyle=1;overflow=hidden;html=1;whiteSpace=wrap;" vertex="1" parent="k3YS6hMsefWTStUCEgZP-245">
+           <mxGeometry x="60" width="120" height="30" as="geometry">
+             <mxRectangle width="120" height="30" as="alternateBounds" />
+           </mxGeometry>
+         </mxCell>
+         <mxCell id="k3YS6hMsefWTStUCEgZP-248" value="" style="shape=tableRow;horizontal=0;startSize=0;swimlaneHead=0;swimlaneBody=0;fillColor=none;collapsible=0;dropTarget=0;points=[[0,0.5],[1,0.5]];portConstraint=eastwest;top=0;left=0;right=0;bottom=0;html=1;" vertex="1" parent="k3YS6hMsefWTStUCEgZP-241">
+           <mxGeometry y="60" width="180" height="30" as="geometry" />
+         </mxCell>
+         <mxCell id="k3YS6hMsefWTStUCEgZP-249" value="" style="shape=partialRectangle;connectable=0;fillColor=none;top=0;left=0;bottom=0;right=0;editable=1;overflow=hidden;html=1;whiteSpace=wrap;" vertex="1" parent="k3YS6hMsefWTStUCEgZP-248">
+           <mxGeometry width="60" height="30" as="geometry">
+             <mxRectangle width="60" height="30" as="alternateBounds" />
+           </mxGeometry>
+         </mxCell>
+         <mxCell id="k3YS6hMsefWTStUCEgZP-250" value="orderqty (int)" style="shape=partialRectangle;connectable=0;fillColor=none;top=0;left=0;bottom=0;right=0;align=left;spacingLeft=6;overflow=hidden;html=1;whiteSpace=wrap;" vertex="1" parent="k3YS6hMsefWTStUCEgZP-248">
+           <mxGeometry x="60" width="120" height="30" as="geometry">
+             <mxRectangle width="120" height="30" as="alternateBounds" />
+           </mxGeometry>
+         </mxCell>
+         <mxCell id="k3YS6hMsefWTStUCEgZP-257" style="shape=tableRow;horizontal=0;startSize=0;swimlaneHead=0;swimlaneBody=0;fillColor=none;collapsible=0;dropTarget=0;points=[[0,0.5],[1,0.5]];portConstraint=eastwest;top=0;left=0;right=0;bottom=0;html=1;" vertex="1" parent="k3YS6hMsefWTStUCEgZP-241">
+           <mxGeometry y="90" width="180" height="30" as="geometry" />
+         </mxCell>
+         <mxCell id="k3YS6hMsefWTStUCEgZP-258" style="shape=partialRectangle;connectable=0;fillColor=none;top=0;left=0;bottom=0;right=0;editable=1;overflow=hidden;html=1;whiteSpace=wrap;" vertex="1" parent="k3YS6hMsefWTStUCEgZP-257">
+           <mxGeometry width="60" height="30" as="geometry">
+             <mxRectangle width="60" height="30" as="alternateBounds" />
+           </mxGeometry>
+         </mxCell>
+         <mxCell id="k3YS6hMsefWTStUCEgZP-259" style="shape=partialRectangle;connectable=0;fillColor=none;top=0;left=0;bottom=0;right=0;align=left;spacingLeft=6;overflow=hidden;html=1;whiteSpace=wrap;" vertex="1" parent="k3YS6hMsefWTStUCEgZP-257">
+           <mxGeometry x="60" width="120" height="30" as="geometry">
+             <mxRectangle width="120" height="30" as="alternateBounds" />
+           </mxGeometry>
+         </mxCell>
+         <mxCell id="k3YS6hMsefWTStUCEgZP-254" style="shape=tableRow;horizontal=0;startSize=0;swimlaneHead=0;swimlaneBody=0;fillColor=none;collapsible=0;dropTarget=0;points=[[0,0.5],[1,0.5]];portConstraint=eastwest;top=0;left=0;right=0;bottom=0;html=1;" vertex="1" parent="k3YS6hMsefWTStUCEgZP-241">
+           <mxGeometry y="120" width="180" height="30" as="geometry" />
+         </mxCell>
+         <mxCell id="k3YS6hMsefWTStUCEgZP-255" style="shape=partialRectangle;connectable=0;fillColor=none;top=0;left=0;bottom=0;right=0;editable=1;overflow=hidden;html=1;whiteSpace=wrap;" vertex="1" parent="k3YS6hMsefWTStUCEgZP-254">
+           <mxGeometry width="60" height="30" as="geometry">
+             <mxRectangle width="60" height="30" as="alternateBounds" />
+           </mxGeometry>
+         </mxCell>
+         <mxCell id="k3YS6hMsefWTStUCEgZP-256" style="shape=partialRectangle;connectable=0;fillColor=none;top=0;left=0;bottom=0;right=0;align=left;spacingLeft=6;overflow=hidden;html=1;whiteSpace=wrap;" vertex="1" parent="k3YS6hMsefWTStUCEgZP-254">
+           <mxGeometry x="60" width="120" height="30" as="geometry">
+             <mxRectangle width="120" height="30" as="alternateBounds" />
+           </mxGeometry>
+         </mxCell>
+         <mxCell id="k3YS6hMsefWTStUCEgZP-251" style="shape=tableRow;horizontal=0;startSize=0;swimlaneHead=0;swimlaneBody=0;fillColor=none;collapsible=0;dropTarget=0;points=[[0,0.5],[1,0.5]];portConstraint=eastwest;top=0;left=0;right=0;bottom=0;html=1;" vertex="1" parent="k3YS6hMsefWTStUCEgZP-241">
+           <mxGeometry y="150" width="180" height="30" as="geometry" />
+         </mxCell>
+         <mxCell id="k3YS6hMsefWTStUCEgZP-252" style="shape=partialRectangle;connectable=0;fillColor=none;top=0;left=0;bottom=0;right=0;editable=1;overflow=hidden;html=1;whiteSpace=wrap;" vertex="1" parent="k3YS6hMsefWTStUCEgZP-251">
+           <mxGeometry width="60" height="30" as="geometry">
+             <mxRectangle width="60" height="30" as="alternateBounds" />
+           </mxGeometry>
+         </mxCell>
+         <mxCell id="k3YS6hMsefWTStUCEgZP-253" style="shape=partialRectangle;connectable=0;fillColor=none;top=0;left=0;bottom=0;right=0;align=left;spacingLeft=6;overflow=hidden;html=1;whiteSpace=wrap;" vertex="1" parent="k3YS6hMsefWTStUCEgZP-251">
          <mxGeometry x="60" width="120" height="30" as="geometry">
            <mxRectangle width="120" height="30" as="alternateBounds" />
          </mxGeometry>
        </mxCell>
      </root>
    </mxGraphModel>
  </diagram>
</mxfile>
